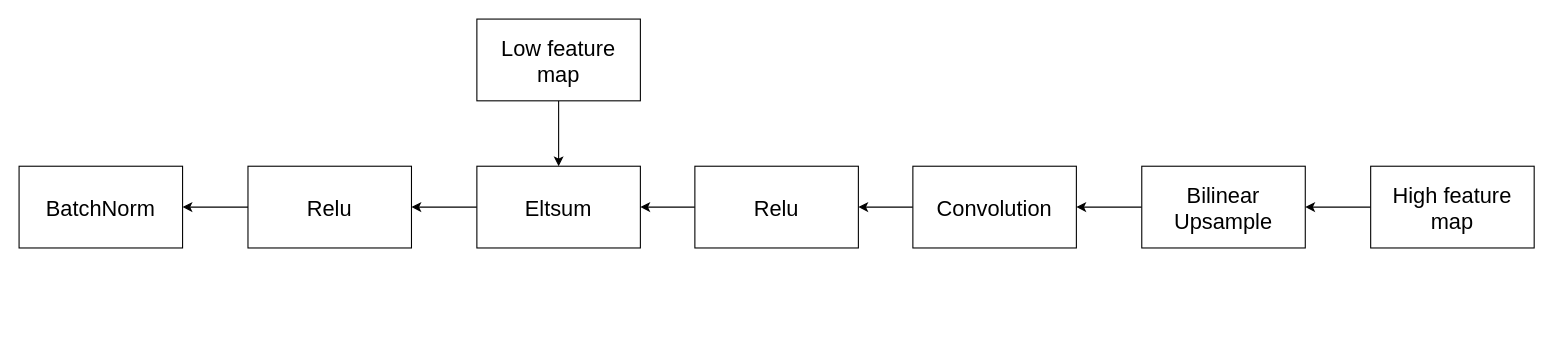
Earlier version of the draw.io diagram fig_file/Module_a.drawio (AakiraOtok/project_WPD). Source tidied: cells renumbered, new cells numbered last; positions are measured from the earlier drawing's top-left corner, leaving out a move shared by most shapes. Both pictures are drawn from the tidied source at 109%, with x=0, y=0 at pixel (19, 19).
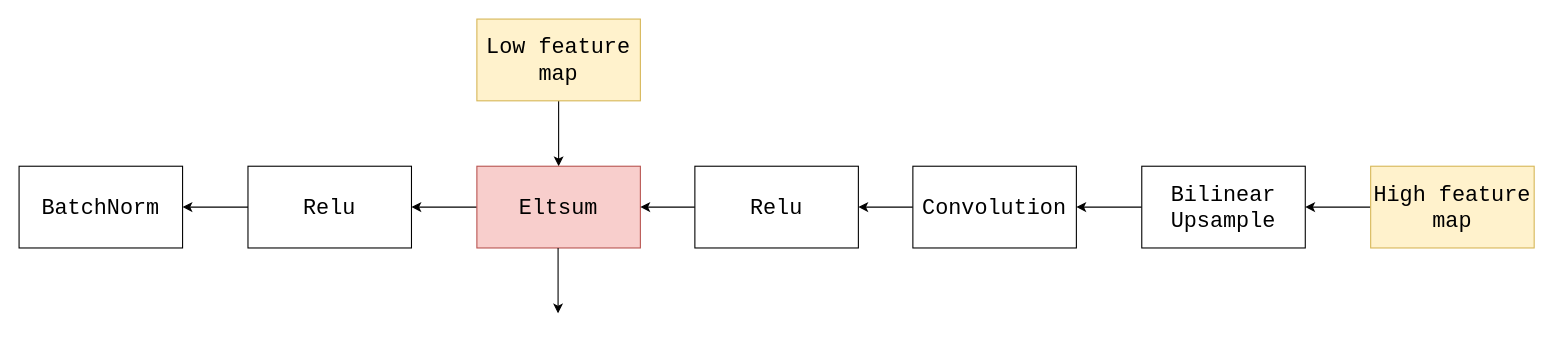
The same diagram, later.

Diff of the diagram source:
```diff
@@
 <mxGraphModel>
   <root>
     <mxCell id="0" />
     <mxCell id="1" parent="0" />
-    <mxCell id="2" style="edgeStyle=orthogonalEdgeStyle;rounded=0;jettySize=auto;html=1;exitX=0.5;exitY=1;exitDx=0;exitDy=0;entryX=0.5;entryY=0;entryDx=0;entryDy=0;fontFamily=Helvetica;fontSize=20;fontColor=default;" parent="1" edge="1" source="3" target="9">
+    <mxCell id="2" style="edgeStyle=orthogonalEdgeStyle;rounded=0;jettySize=auto;html=1;exitX=0.5;exitY=1;exitDx=0;exitDy=0;entryX=0.5;entryY=0;entryDx=0;entryDy=0;fontFamily=Courier New;fontSize=20;fontColor=default;" parent="1" edge="1" source="3" target="9">
       <mxGeometry relative="1" as="geometry" />
     </mxCell>
-    <mxCell id="3" value="Low feature map" style="rounded=0;whiteSpace=wrap;html=1;fontSize=20;" parent="1" vertex="1">
+    <mxCell id="3" value="Low feature map" style="rounded=0;whiteSpace=wrap;html=1;fontSize=20;fontFamily=Courier New;fillColor=#fff2cc;strokeColor=#d6b656;" parent="1" vertex="1">
       <mxGeometry x="420" width="150" height="75" as="geometry" />
     </mxCell>
-    <mxCell id="4" style="edgeStyle=orthogonalEdgeStyle;rounded=0;jettySize=auto;html=1;exitX=0;exitY=0.5;exitDx=0;exitDy=0;entryX=1;entryY=0.5;entryDx=0;entryDy=0;fontFamily=Helvetica;fontSize=20;fontColor=default;" parent="1" edge="1" source="5" target="7">
+    <mxCell id="4" style="edgeStyle=orthogonalEdgeStyle;rounded=0;jettySize=auto;html=1;exitX=0;exitY=0.5;exitDx=0;exitDy=0;entryX=1;entryY=0.5;entryDx=0;entryDy=0;fontFamily=Courier New;fontSize=20;fontColor=default;" parent="1" edge="1" source="5" target="7">
       <mxGeometry relative="1" as="geometry" />
     </mxCell>
-    <mxCell id="5" value="Bilinear Upsample" style="rounded=0;whiteSpace=wrap;html=1;fontSize=20;" parent="1" vertex="1">
+    <mxCell id="5" value="Bilinear Upsample" style="rounded=0;whiteSpace=wrap;html=1;fontSize=20;fontFamily=Courier New;" parent="1" vertex="1">
       <mxGeometry x="1030" y="135" width="150" height="75" as="geometry" />
     </mxCell>
-    <mxCell id="6" style="edgeStyle=orthogonalEdgeStyle;rounded=0;jettySize=auto;html=1;exitX=0;exitY=0.5;exitDx=0;exitDy=0;entryX=1;entryY=0.5;entryDx=0;entryDy=0;fontFamily=Helvetica;fontSize=20;fontColor=default;" parent="1" edge="1" source="7" target="16">
+    <mxCell id="6" style="edgeStyle=orthogonalEdgeStyle;rounded=0;jettySize=auto;html=1;exitX=0;exitY=0.5;exitDx=0;exitDy=0;entryX=1;entryY=0.5;entryDx=0;entryDy=0;fontFamily=Courier New;fontSize=20;fontColor=default;" parent="1" edge="1" source="7" target="16">
       <mxGeometry relative="1" as="geometry" />
     </mxCell>
-    <mxCell id="7" value="Convolution" style="rounded=0;whiteSpace=wrap;html=1;fontSize=20;" parent="1" vertex="1">
+    <mxCell id="7" value="Convolution" style="rounded=0;whiteSpace=wrap;html=1;fontSize=20;fontFamily=Courier New;" parent="1" vertex="1">
       <mxGeometry x="820" y="135" width="150" height="75" as="geometry" />
     </mxCell>
-    <mxCell id="8" style="edgeStyle=orthogonalEdgeStyle;rounded=0;jettySize=auto;html=1;exitX=0;exitY=0.5;exitDx=0;exitDy=0;entryX=1;entryY=0.5;entryDx=0;entryDy=0;fontFamily=Helvetica;fontSize=20;fontColor=default;" parent="1" edge="1" source="9" target="11">
+    <mxCell id="8" style="edgeStyle=orthogonalEdgeStyle;rounded=0;jettySize=auto;html=1;exitX=0;exitY=0.5;exitDx=0;exitDy=0;entryX=1;entryY=0.5;entryDx=0;entryDy=0;fontFamily=Courier New;fontSize=20;fontColor=default;" parent="1" edge="1" source="9" target="11">
       <mxGeometry relative="1" as="geometry" />
     </mxCell>
-    <mxCell id="9" value="Eltsum" style="rounded=0;whiteSpace=wrap;html=1;fontSize=20;" parent="1" vertex="1">
+    <mxCell id="9" value="Eltsum" style="rounded=0;whiteSpace=wrap;html=1;fontSize=20;fontFamily=Courier New;fillColor=#f8cecc;strokeColor=#b85450;" parent="1" vertex="1">
       <mxGeometry x="420" y="135" width="150" height="75" as="geometry" />
     </mxCell>
-    <mxCell id="10" style="edgeStyle=orthogonalEdgeStyle;rounded=0;jettySize=auto;html=1;exitX=0;exitY=0.5;exitDx=0;exitDy=0;entryX=1;entryY=0.5;entryDx=0;entryDy=0;fontFamily=Helvetica;fontSize=20;fontColor=default;" parent="1" edge="1" source="11" target="14">
+    <mxCell id="10" style="edgeStyle=orthogonalEdgeStyle;rounded=0;jettySize=auto;html=1;exitX=0;exitY=0.5;exitDx=0;exitDy=0;entryX=1;entryY=0.5;entryDx=0;entryDy=0;fontFamily=Courier New;fontSize=20;fontColor=default;" parent="1" edge="1" source="11" target="14">
       <mxGeometry relative="1" as="geometry" />
     </mxCell>
-    <mxCell id="11" value="Relu" style="rounded=0;whiteSpace=wrap;html=1;fontSize=20;" parent="1" vertex="1">
+    <mxCell id="11" value="Relu" style="rounded=0;whiteSpace=wrap;html=1;fontSize=20;fontFamily=Courier New;" parent="1" vertex="1">
       <mxGeometry x="210" y="135" width="150" height="75" as="geometry" />
     </mxCell>
-    <mxCell id="12" style="edgeStyle=orthogonalEdgeStyle;rounded=0;jettySize=auto;html=1;exitX=0;exitY=0.5;exitDx=0;exitDy=0;entryX=1;entryY=0.5;entryDx=0;entryDy=0;fontFamily=Helvetica;fontSize=20;fontColor=default;" parent="1" edge="1" source="13" target="5">
+    <mxCell id="12" style="edgeStyle=orthogonalEdgeStyle;rounded=0;jettySize=auto;html=1;exitX=0;exitY=0.5;exitDx=0;exitDy=0;entryX=1;entryY=0.5;entryDx=0;entryDy=0;fontFamily=Courier New;fontSize=20;fontColor=default;" parent="1" edge="1" source="13" target="5">
       <mxGeometry relative="1" as="geometry" />
     </mxCell>
-    <mxCell id="13" value="High feature map" style="rounded=0;whiteSpace=wrap;html=1;fontSize=20;" parent="1" vertex="1">
+    <mxCell id="13" value="High feature map" style="rounded=0;whiteSpace=wrap;html=1;fontSize=20;fontFamily=Courier New;fillColor=#fff2cc;strokeColor=#d6b656;" parent="1" vertex="1">
       <mxGeometry x="1240" y="135" width="150" height="75" as="geometry" />
     </mxCell>
-    <mxCell id="14" value="BatchNorm" style="rounded=0;whiteSpace=wrap;html=1;fontSize=20;" parent="1" vertex="1">
+    <mxCell id="14" value="BatchNorm" style="rounded=0;whiteSpace=wrap;html=1;fontSize=20;fontFamily=Courier New;" parent="1" vertex="1">
       <mxGeometry y="135" width="150" height="75" as="geometry" />
     </mxCell>
-    <mxCell id="15" style="edgeStyle=orthogonalEdgeStyle;rounded=0;jettySize=auto;html=1;exitX=0;exitY=0.5;exitDx=0;exitDy=0;entryX=1;entryY=0.5;entryDx=0;entryDy=0;fontFamily=Helvetica;fontSize=20;fontColor=default;" parent="1" edge="1" source="16" target="9">
+    <mxCell id="15" style="edgeStyle=orthogonalEdgeStyle;rounded=0;jettySize=auto;html=1;exitX=0;exitY=0.5;exitDx=0;exitDy=0;entryX=1;entryY=0.5;entryDx=0;entryDy=0;fontFamily=Courier New;fontSize=20;fontColor=default;" parent="1" edge="1" source="16" target="9">
       <mxGeometry relative="1" as="geometry" />
     </mxCell>
-    <mxCell id="16" value="Relu" style="rounded=0;whiteSpace=wrap;html=1;fontSize=20;" parent="1" vertex="1">
+    <mxCell id="16" value="Relu" style="rounded=0;whiteSpace=wrap;html=1;fontSize=20;fontFamily=Courier New;" parent="1" vertex="1">
       <mxGeometry x="620" y="135" width="150" height="75" as="geometry" />
     </mxCell>
+    <mxCell id="17" style="edgeStyle=orthogonalEdgeStyle;rounded=0;orthogonalLoop=1;jettySize=auto;html=1;exitX=0.5;exitY=1;exitDx=0;exitDy=0;entryX=0.5;entryY=0;entryDx=0;entryDy=0;fontFamily=Courier New;fontSize=20;fontColor=default;" parent="1" edge="1">
+      <mxGeometry relative="1" as="geometry">
+        <mxPoint x="494.5" y="210" as="sourcePoint" />
+        <mxPoint x="494.5" y="270" as="targetPoint" />
+      </mxGeometry>
+    </mxCell>
   </root>
 </mxGraphModel>
```
